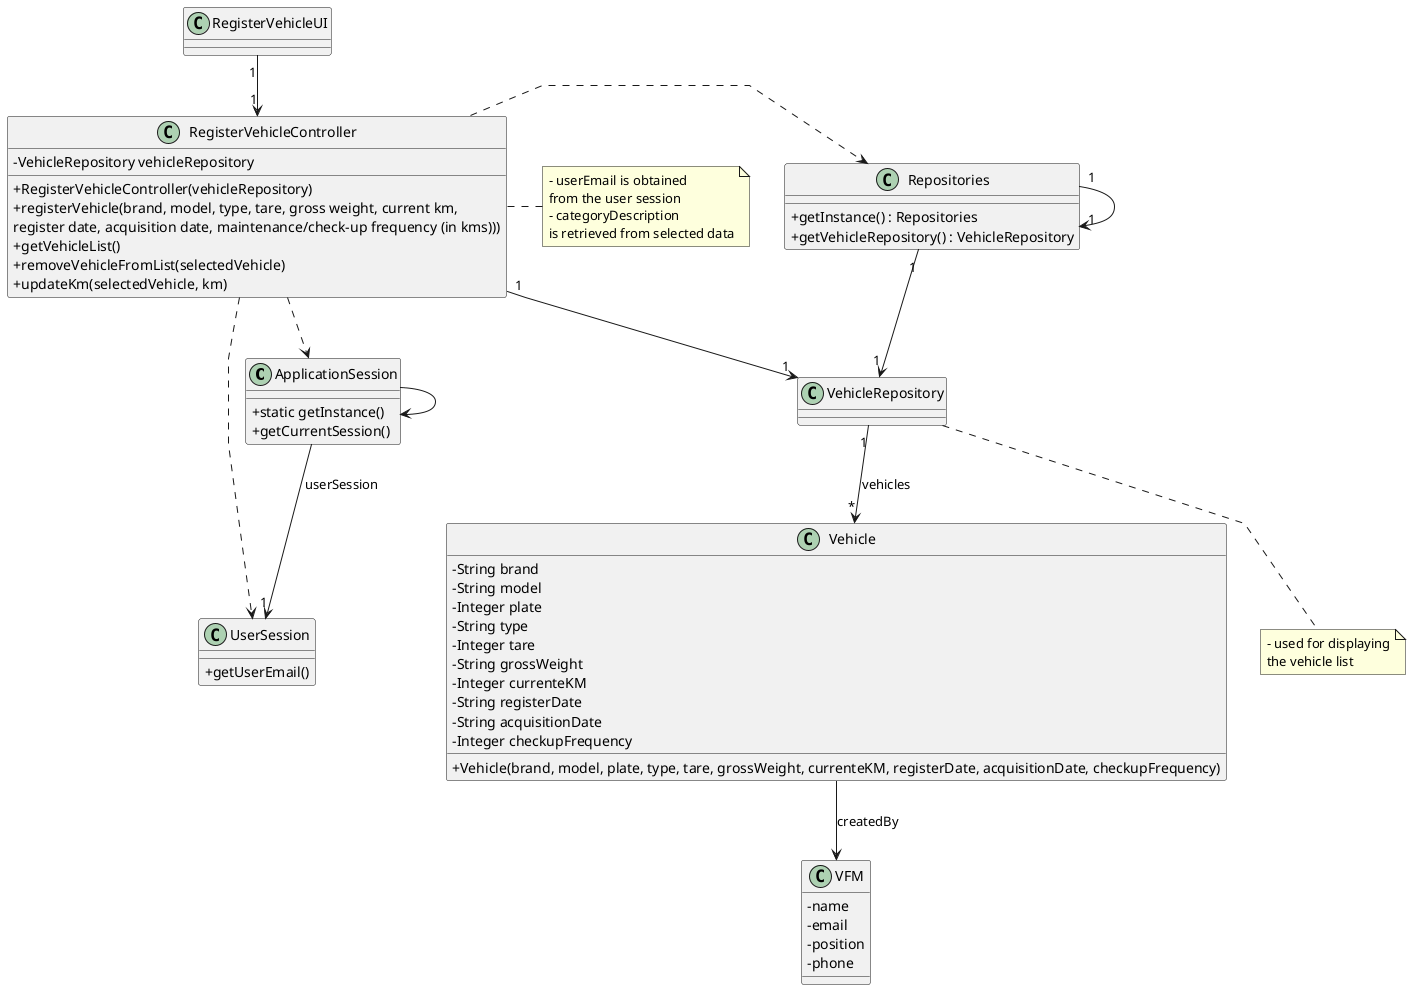
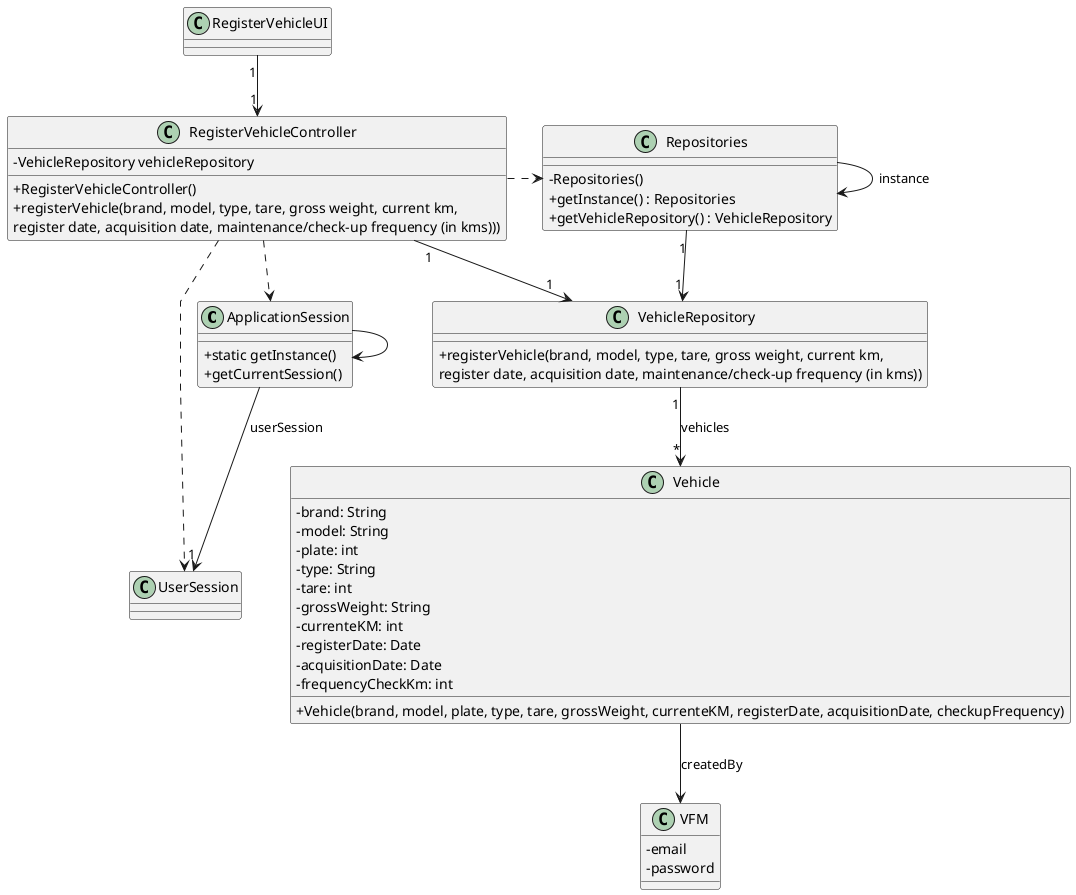
@startuml
'skinparam monochrome true
skinparam packageStyle rectangle
skinparam shadowing false
skinparam linetype polyline
'skinparam linetype orto

skinparam classAttributeIconSize 0

'left to right direction

class ApplicationSession
{
    + static getInstance()
    + getCurrentSession()
}

class UserSession
{
-     + getUserEmail()
}

class VFM {
-     - name
    - email
-     - position
-     - phone
+     - password
}

class Vehicle {
-     - String brand
-     - String model
-     - Integer plate
-     - String type
-     - Integer tare
-     - String grossWeight
-     - Integer currenteKM
-     - String registerDate
-     - String acquisitionDate
-     - Integer checkupFrequency
+     - brand: String
+     - model: String
+     - plate: int
+     - type: String
+     - tare: int
+     - grossWeight: String
+     - currenteKM: int
+     - registerDate: Date
+     - acquisitionDate: Date
+     - frequencyCheckKm: int

    + Vehicle(brand, model, plate, type, tare, grossWeight, currenteKM, registerDate, acquisitionDate, checkupFrequency)
}



class VehicleRepository {
+     + registerVehicle(brand, model, type, tare, gross weight, current km, \nregister date, acquisition date, maintenance/check-up frequency (in kms))
+ 
}


class Repositories {
+     - Repositories()
    + getInstance() : Repositories
    + getVehicleRepository() : VehicleRepository
}

class RegisterVehicleController {
    - VehicleRepository vehicleRepository
-     + RegisterVehicleController(vehicleRepository)
+     + RegisterVehicleController()
    + registerVehicle(brand, model, type, tare, gross weight, current km, \nregister date, acquisition date, maintenance/check-up frequency (in kms)))
-     + getVehicleList()
-     + removeVehicleFromList(selectedVehicle)
-     + updateKm(selectedVehicle, km)
}

- note right of RegisterVehicleController
-     - userEmail is obtained
-     from the user session
-     - categoryDescription
-     is retrieved from selected data
- end note
- 
- note bottom of VehicleRepository
-     - used for displaying
-     the vehicle list
- end note
- 
Repositories "1" --> "1" VehicleRepository
- Repositories "1" -> "1" Repositories
+ Repositories -> Repositories : instance

ApplicationSession --> ApplicationSession
ApplicationSession --> "1" UserSession : userSession

RegisterVehicleUI "1" --> "1" RegisterVehicleController

RegisterVehicleController .> Repositories
RegisterVehicleController ..> ApplicationSession
RegisterVehicleController ..> UserSession
RegisterVehicleController "1" --> "1" VehicleRepository

Vehicle --> VFM : createdBy

VehicleRepository "1" --> "*" Vehicle : vehicles

@enduml